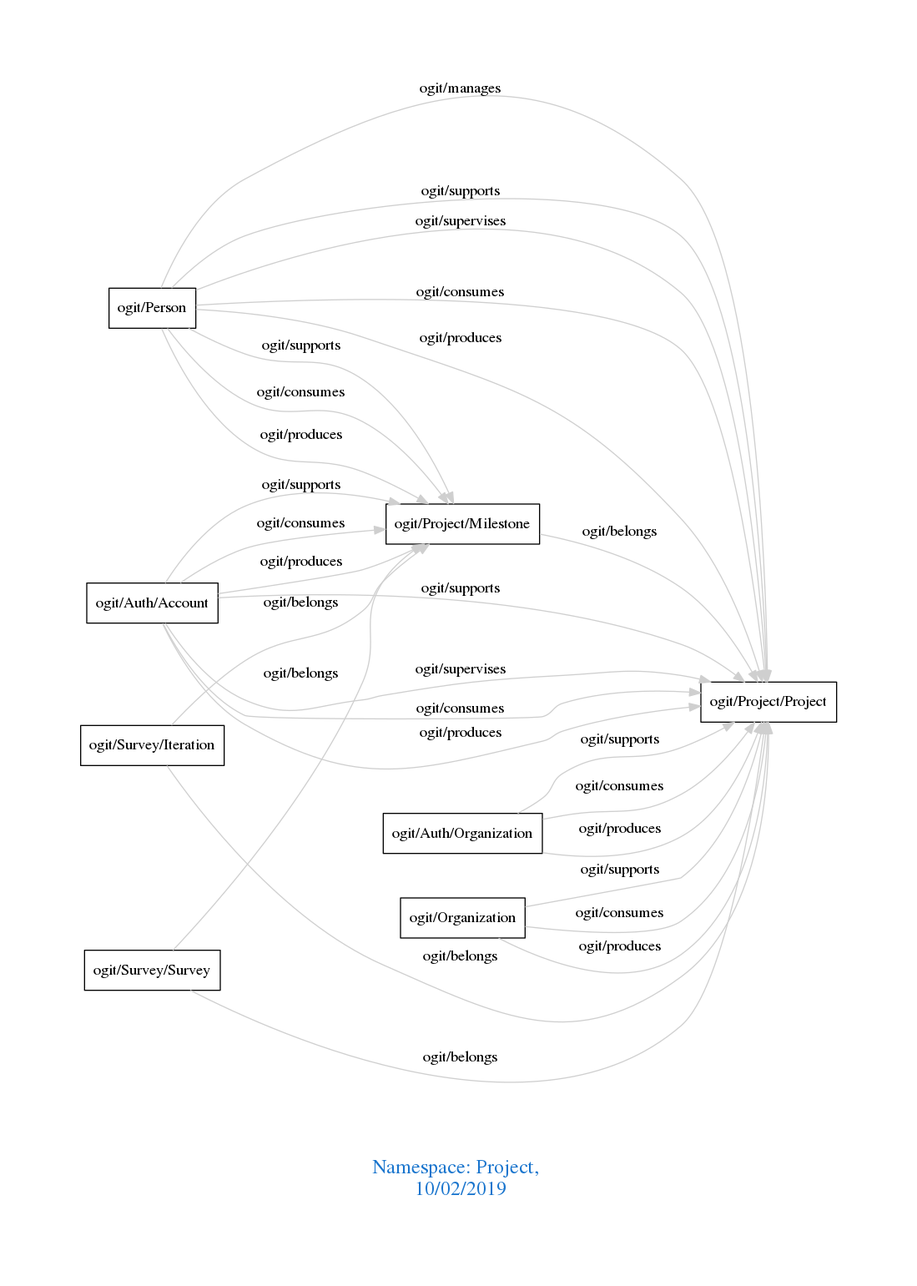
arago/OGIT keeps this Graphviz diagram as downloads/Project.png. Above is the earlier version. Its source is kept beside it as downloads/Project.dot.
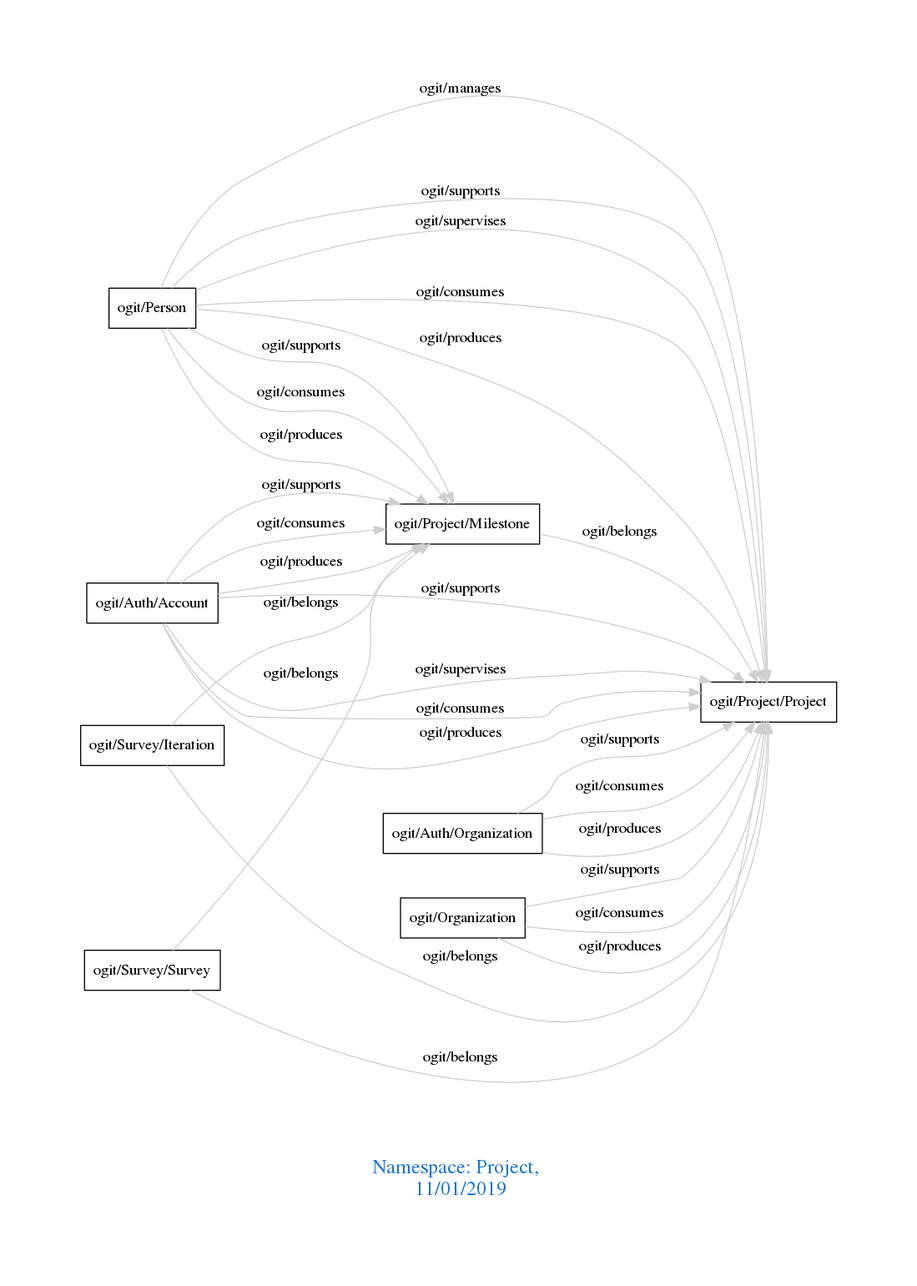
The same file after the commit.

Change to the diagram source:
```diff
@@ -1,7 +1,7 @@
 digraph OGIT_ontology {
  graph [ rankdir= LR,pad=1
 fontsize = 18,
-fontcolor= dodgerblue3,label = "\n\n\nNamespace: Project, \n 10/02/2019"];
+fontcolor= dodgerblue3,label = "\n\n\nNamespace: Project, \n 11/01/2019"];
 node[shape=polygon];
 edge [  color="gray81"];
 
```
